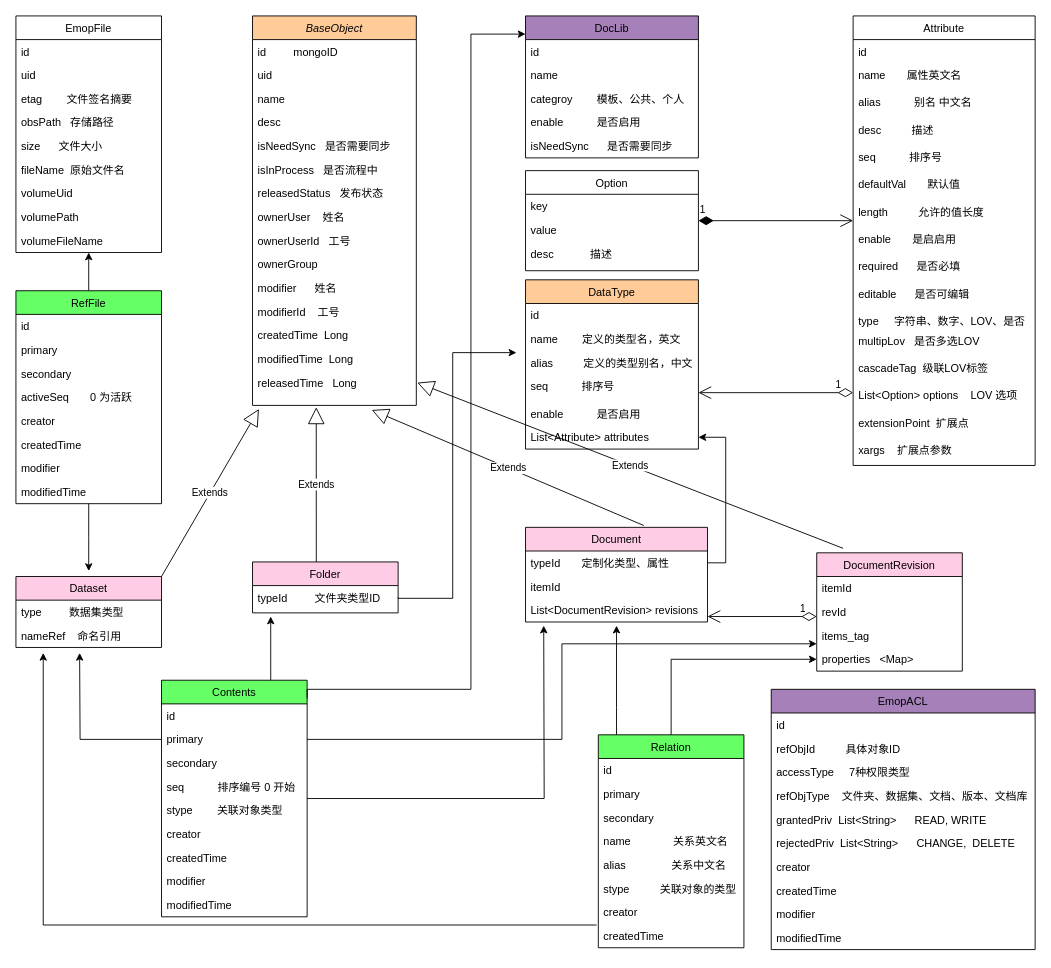
Before: doc.drawio in lvmq/emop, a draw.io diagram. Source tidied: cells renumbered, new cells numbered last; positions are measured from the earlier drawing's top-left corner, leaving out a move shared by most shapes. Both pictures are drawn from the tidied source at 91%, with x=0, y=0 at pixel (15, 15).
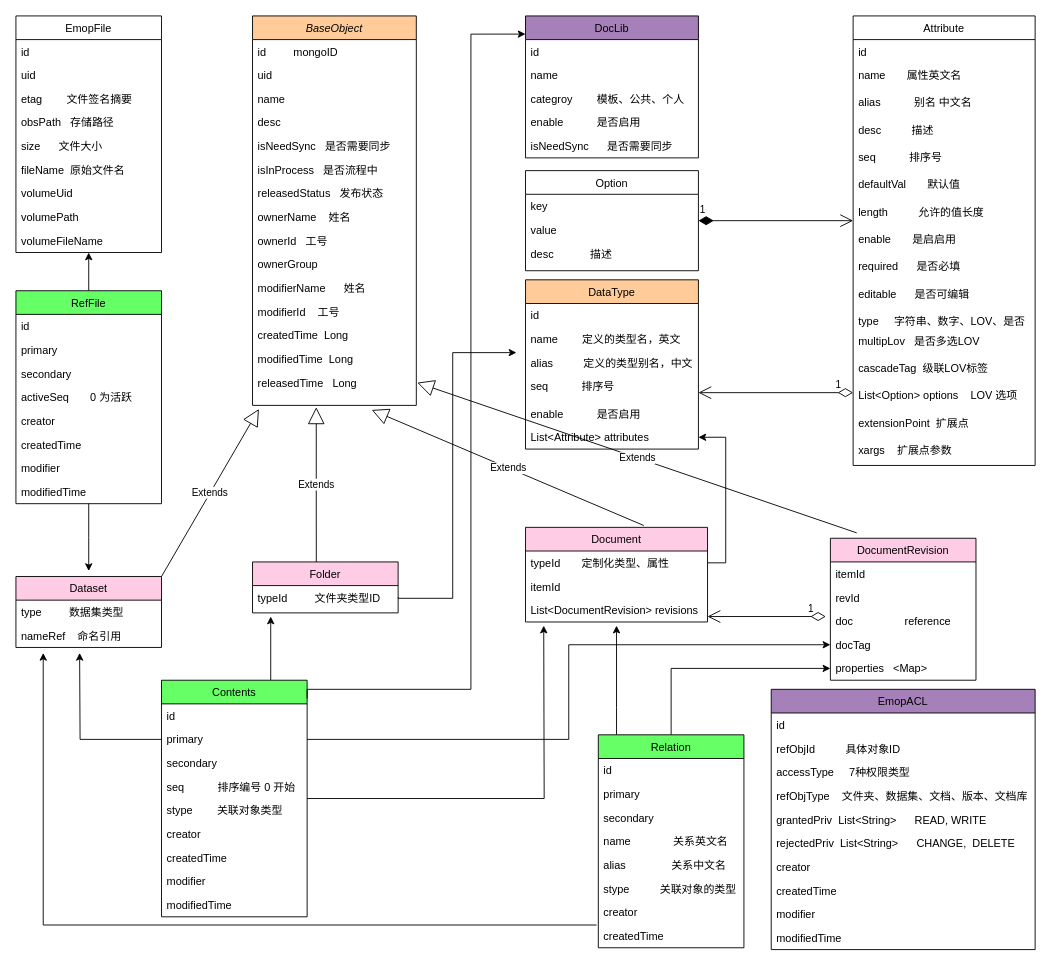
Above is the later version.

Unchanged cells that the change refers to:
```xml
<mxCell id="2" value="BaseObject&#10;" style="swimlane;fontStyle=2;align=center;verticalAlign=top;horizontal=1;startSize=26;rounded=0;shadow=0;strokeWidth=1;fillColor=#FFCC99;" parent="1" vertex="1">
  <mxGeometry x="260" width="180" height="428" as="geometry" />
</mxCell>
<mxCell id="46" value="primary" style="text;align=left;verticalAlign=top;spacingLeft=4;spacingRight=4;overflow=hidden;points=[[0,0.5],[1,0.5]];portConstraint=eastwest;" parent="44" vertex="1">
  <mxGeometry y="52" width="160" height="26" as="geometry" />
</mxCell>
```

Change to the diagram source:
```diff
@@
-    <mxCell id="10" value="ownerUser    姓名" style="text;align=left;verticalAlign=top;spacingLeft=4;spacingRight=4;overflow=hidden;rounded=0;shadow=0;html=0;" parent="2" vertex="1">
+    <mxCell id="10" value="ownerName    姓名" style="text;align=left;verticalAlign=top;spacingLeft=4;spacingRight=4;overflow=hidden;rounded=0;shadow=0;html=0;" parent="2" vertex="1">
       <mxGeometry y="208" width="180" height="26" as="geometry" />
     </mxCell>
-    <mxCell id="11" value="ownerUserId   工号" style="text;align=left;verticalAlign=top;spacingLeft=4;spacingRight=4;overflow=hidden;rounded=0;shadow=0;html=0;" parent="2" vertex="1">
+    <mxCell id="11" value="ownerId   工号" style="text;align=left;verticalAlign=top;spacingLeft=4;spacingRight=4;overflow=hidden;rounded=0;shadow=0;html=0;" parent="2" vertex="1">
       <mxGeometry y="234" width="180" height="26" as="geometry" />
     </mxCell>
@@
-    <mxCell id="13" value="modifier      姓名" style="text;align=left;verticalAlign=top;spacingLeft=4;spacingRight=4;overflow=hidden;rounded=0;shadow=0;html=0;" parent="2" vertex="1">
+    <mxCell id="13" value="modifierName      姓名" style="text;align=left;verticalAlign=top;spacingLeft=4;spacingRight=4;overflow=hidden;rounded=0;shadow=0;html=0;" parent="2" vertex="1">
       <mxGeometry y="286" width="180" height="26" as="geometry" />
     </mxCell>
@@
     <mxCell id="27" value="DocumentRevision" style="swimlane;fontStyle=0;align=center;verticalAlign=top;horizontal=1;startSize=26;rounded=0;shadow=0;strokeWidth=1;fillColor=#FFCCE6;" parent="1" vertex="1">
-      <mxGeometry x="880" y="590" width="160" height="130" as="geometry" />
+      <mxGeometry x="895" y="574" width="160" height="156" as="geometry" />
     </mxCell>
@@
+    <mxCell id="134" value="doc                 reference" style="text;align=left;verticalAlign=top;spacingLeft=4;spacingRight=4;overflow=hidden;" parent="27" vertex="1">
+      <mxGeometry y="78" width="160" height="26" as="geometry" />
+    </mxCell>
-    <mxCell id="30" value="items_tag      " style="text;align=left;verticalAlign=top;spacingLeft=4;spacingRight=4;overflow=hidden;points=[[0,0.5],[1,0.5]];portConstraint=eastwest;" parent="27" vertex="1">
-      <mxGeometry y="78" width="160" height="26" as="geometry" />
+    <mxCell id="30" value="docTag      " style="text;align=left;verticalAlign=top;spacingLeft=4;spacingRight=4;overflow=hidden;points=[[0,0.5],[1,0.5]];portConstraint=eastwest;" parent="27" vertex="1">
+      <mxGeometry y="104" width="160" height="26" as="geometry" />
     </mxCell>
     <mxCell id="31" value="properties   &lt;Map&gt;" style="text;align=left;verticalAlign=top;spacingLeft=4;spacingRight=4;overflow=hidden;points=[[0,0.5],[1,0.5]];portConstraint=eastwest;" parent="27" vertex="1">
-      <mxGeometry y="104" width="160" height="26" as="geometry" />
+      <mxGeometry y="130" width="160" height="26" as="geometry" />
     </mxCell>
@@
-    <mxCell id="102" style="edgeStyle=orthogonalEdgeStyle;rounded=0;jettySize=auto;html=1;entryX=0;entryY=0.846;entryDx=0;entryDy=0;entryPerimeter=0;" parent="1" edge="1" source="46" target="30">
+    <mxCell id="102" style="edgeStyle=orthogonalEdgeStyle;rounded=0;jettySize=auto;html=1;entryX=0;entryY=0.5;entryDx=0;entryDy=0;" parent="1" edge="1" source="46" target="30">
       <mxGeometry relative="1" as="geometry" />
     </mxCell>
     <mxCell id="103" value="1" style="endArrow=open;html=1;endSize=12;startArrow=diamondThin;startSize=14;startFill=0;edgeStyle=orthogonalEdgeStyle;align=left;verticalAlign=bottom;rounded=0;" parent="1" edge="1">
       <mxGeometry x="-0.67" relative="1" as="geometry">
-        <mxPoint x="880" y="660" as="sourcePoint" />
+        <mxPoint x="890" y="660" as="sourcePoint" />
         <mxPoint x="760" y="660" as="targetPoint" />
       </mxGeometry>
     </mxCell>
```
